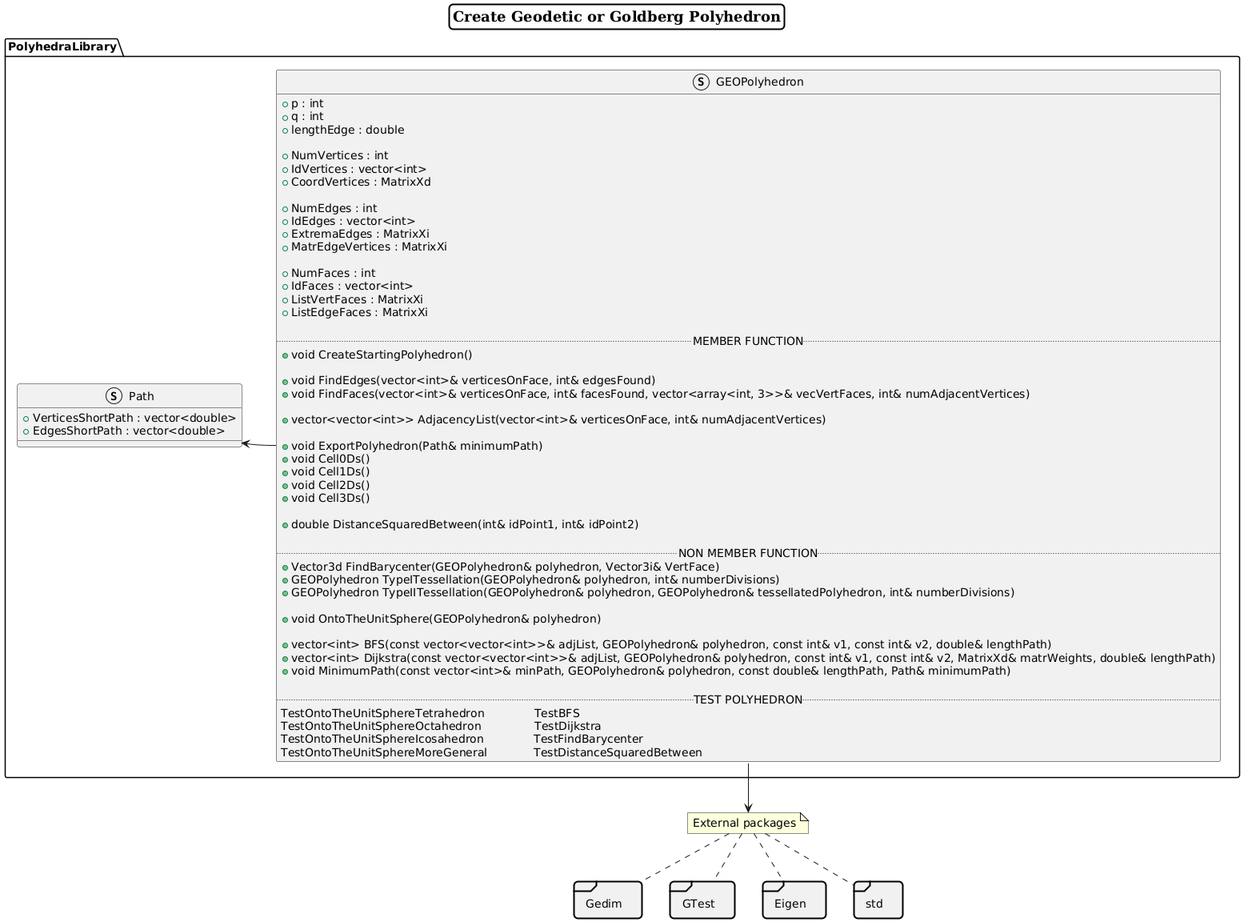
Above: Documentation/PNG_images/PolyhedraLibrary.png in M4rc10n3/ProgettoPCS2025 (PlantUML), before the change.
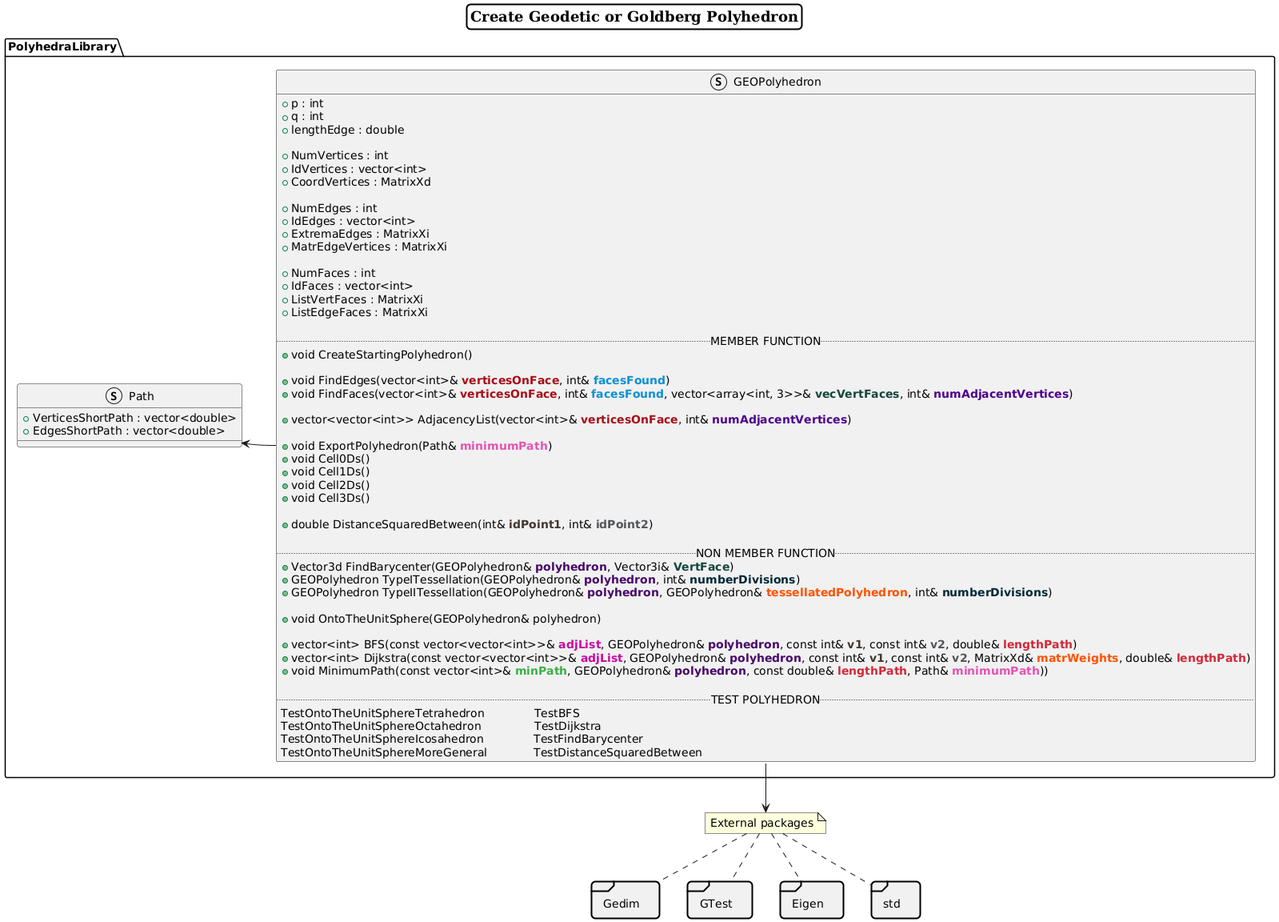
Later version of the same file.

The edit, as a diff of the source:
```diff
@@ -6,7 +6,6 @@
 
 package{
     RoundCorner 7
-    LineColor #6BC2FA
     BackgroundColor #BCE5FF}
 </style>
 skinparam defaultFontSize 14
@@ -41,29 +40,29 @@
   .. MEMBER FUNCTION ..
   + void CreateStartingPolyhedron()
 
-  + void FindEdges(vector<int>& verticesOnFace, int& edgesFound)
-  + void FindFaces(vector<int>& verticesOnFace, int& facesFound, vector<array<int, 3>>& vecVertFaces, int& numAdjacentVertices)
+  + void FindEdges(vector<int>& **<color:#A70E18>verticesOnFace</color>**, int& **<color:#0B91D5>facesFound</color>**)
+  + void FindFaces(vector<int>& **<color:#A70E18>verticesOnFace</color>**, int& **<color:#0B91D5>facesFound</color>**, vector<array<int, 3>>& **<color:#13463D>vecVertFaces</color>**, int& **<color:#4D018F>numAdjacentVertices</color>**)
 
-  + vector<vector<int>> AdjacencyList(vector<int>& verticesOnFace, int& numAdjacentVertices)
+  + vector<vector<int>> AdjacencyList(vector<int>& **<color:#A70E18>verticesOnFace</color>**, int& **<color:#4D018F>numAdjacentVertices</color>**)
 
-  + void ExportPolyhedron(Path& minimumPath)
+  + void ExportPolyhedron(Path& **<color:#E255B1>minimumPath</color>**)
   + void Cell0Ds()
   + void Cell1Ds()
   + void Cell2Ds()
   + void Cell3Ds()
 
-  + double DistanceSquaredBetween(int& idPoint1, int& idPoint2)
+  + double DistanceSquaredBetween(int& **<color:#44372F>idPoint1</color>**, int& **<color:#53555B>idPoint2</color>**)
 
   .. NON MEMBER FUNCTION ..
-  + Vector3d FindBarycenter(GEOPolyhedron& polyhedron, Vector3i& VertFace)
-  + GEOPolyhedron TypeITessellation(GEOPolyhedron& polyhedron, int& numberDivisions)
-  + GEOPolyhedron TypeIITessellation(GEOPolyhedron& polyhedron, GEOPolyhedron& tessellatedPolyhedron, int& numberDivisions)
+  + Vector3d FindBarycenter(GEOPolyhedron& **<color #470968>polyhedron</color>**, Vector3i& **<color:#13463D>VertFace</color>**)
+  + GEOPolyhedron TypeITessellation(GEOPolyhedron& **<color #470968>polyhedron</color>**, int& **<color:#022839>numberDivisions</color>**)
+  + GEOPolyhedron TypeIITessellation(GEOPolyhedron& **<color #470968>polyhedron</color>**, GEOPolyhedron& **<color:#FD5201>tessellatedPolyhedron</color>**, int& **<color:#022839>numberDivisions</color>**)
 
   + void OntoTheUnitSphere(GEOPolyhedron& polyhedron)
 
-  + vector<int> BFS(const vector<vector<int>>& adjList, GEOPolyhedron& polyhedron, const int& v1, const int& v2, double& lengthPath)
-  + vector<int> Dijkstra(const vector<vector<int>>& adjList, GEOPolyhedron& polyhedron, const int& v1, const int& v2, MatrixXd& matrWeights, double& lengthPath)
-  + void MinimumPath(const vector<int>& minPath, GEOPolyhedron& polyhedron, const double& lengthPath, Path& minimumPath)
+  + vector<int> BFS(const vector<vector<int>>& **<color:#C60CA1>adjList</color>**, GEOPolyhedron& **<color #470968>polyhedron</color>**, const int& **<color:#44372F>v1</color>**, const int& **<color:#53555B>v2</color>**, double& **<color:#CE2A39>lengthPath</color>**)
+  + vector<int> Dijkstra(const vector<vector<int>>& **<color:#C60CA1>adjList</color>**, GEOPolyhedron& **<color #470968>polyhedron</color>**, const int& **<color:#44372F>v1</color>**, const int& **<color:#53555B>v2</color>**, MatrixXd& **<color:#FD5201>matrWeights</color>**, double& **<color:#CE2A39>lengthPath</color>**)
+  + void MinimumPath(const vector<int>& **<color:#3BAF49>minPath</color>**, GEOPolyhedron& **<color #470968>polyhedron</color>**, const double& **<color:#CE2A39>lengthPath</color>**, Path& **<color:#E255B1>minimumPath</color>**))
 
   .. TEST POLYHEDRON ..
   TestOntoTheUnitSphereTetrahedron              TestBFS
```
